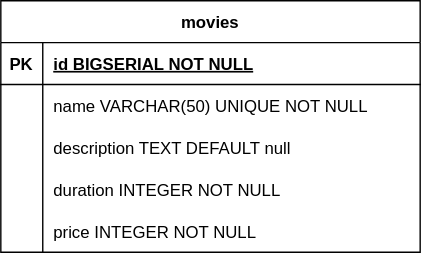
Above: m4-sp2-movies-DER.drawio.svg in glima-dev/m4-DER-general-repo (draw.io), before the change. Source tidied: cells renumbered, new cells last; positions are measured from the earlier drawing's top-left corner, leaving out a move shared by most shapes.
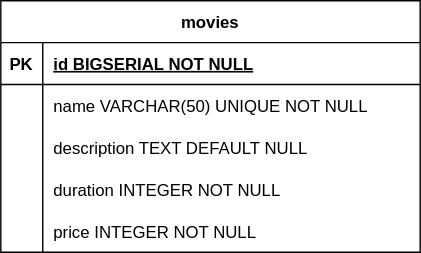
The same file after the commit.

Diff of the diagram source:
```diff
@@ -1,4 +1,4 @@
-<mxGraphModel>
+<mxGraphModel background="#ffffff">
   <root>
     <mxCell id="0" />
     <mxCell id="1" parent="0" />
@@ -29,7 +29,7 @@
     <mxCell id="10" style="shape=partialRectangle;fillColor=none;top=0;left=0;bottom=0;right=0;overflow=hidden;" parent="9" vertex="1">
       <mxGeometry width="30" height="30" as="geometry" />
     </mxCell>
-    <mxCell id="11" value="description TEXT DEFAULT null" style="shape=partialRectangle;fillColor=none;top=0;left=0;bottom=0;right=0;align=left;spacingLeft=6;overflow=hidden;" parent="9" vertex="1">
+    <mxCell id="11" value="description TEXT DEFAULT NULL" style="shape=partialRectangle;fillColor=none;top=0;left=0;bottom=0;right=0;align=left;spacingLeft=6;overflow=hidden;" parent="9" vertex="1">
       <mxGeometry x="30" width="270" height="30" as="geometry" />
     </mxCell>
     <mxCell id="12" style="shape=tableRow;horizontal=0;startSize=0;swimlaneHead=0;swimlaneBody=0;fillColor=none;top=0;left=0;right=0;bottom=0;" parent="2" vertex="1">
```
